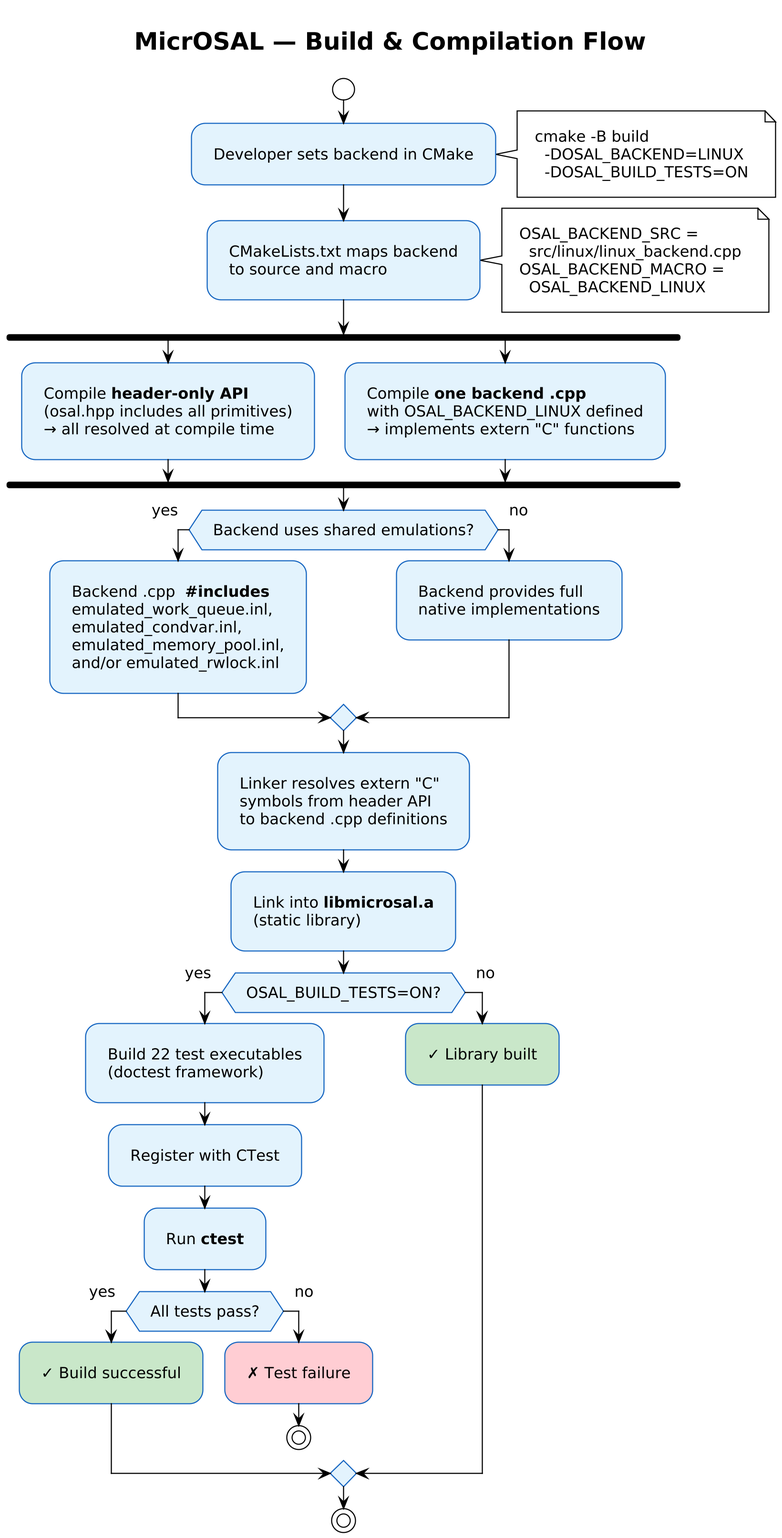
Before: docs/diagrams/print/build_flow.png, a diagram exported from PlantUML (jwbmwv/micrOSAL). Source of this version:
```plantuml
@startuml build_flow
!theme plain
!include /home/jbaldwin/Projects/micrOSAL/docs/diagrams/_render_profile_print.puml
skinparam backgroundColor #FEFEFE
skinparam defaultFontName "Segoe UI"
skinparam ActivityBackgroundColor #E3F2FD
skinparam ActivityBorderColor #1565C0

title **MicrOSAL — Build & Compilation Flow**

start

:Developer sets backend in CMake;
note right
  cmake -B build
    -DOSAL_BACKEND=LINUX
    -DOSAL_BUILD_TESTS=ON
end note

:CMakeLists.txt maps backend
to source and macro;
note right
  OSAL_BACKEND_SRC =
    src/linux/linux_backend.cpp
  OSAL_BACKEND_MACRO =
    OSAL_BACKEND_LINUX
end note

fork
  :Compile **header-only API**
  (osal.hpp includes all primitives)
  → all resolved at compile time;
fork again
  :Compile **one backend .cpp**
  with OSAL_BACKEND_LINUX defined
  → implements extern "C" functions;
end fork

if (Backend uses shared emulations?) then (yes)
  :Backend .cpp  **#includes**
  emulated_work_queue.inl,
  emulated_condvar.inl,
  emulated_memory_pool.inl,
  and/or emulated_rwlock.inl;
else (no)
  :Backend provides full
  native implementations;
endif

:Linker resolves extern "C"
symbols from header API
to backend .cpp definitions;

:Link into **libmicrosal.a**
(static library);

if (OSAL_BUILD_TESTS=ON?) then (yes)
  :Build 22 test executables
  (doctest framework);
  :Register with CTest;
  :Run **ctest**;
  if (All tests pass?) then (yes)
    #C8E6C9:✓ Build successful;
  else (no)
    #FFCDD2:✗ Test failure;
    stop
  endif
else (no)
  #C8E6C9:✓ Library built;
endif

stop

@enduml
```
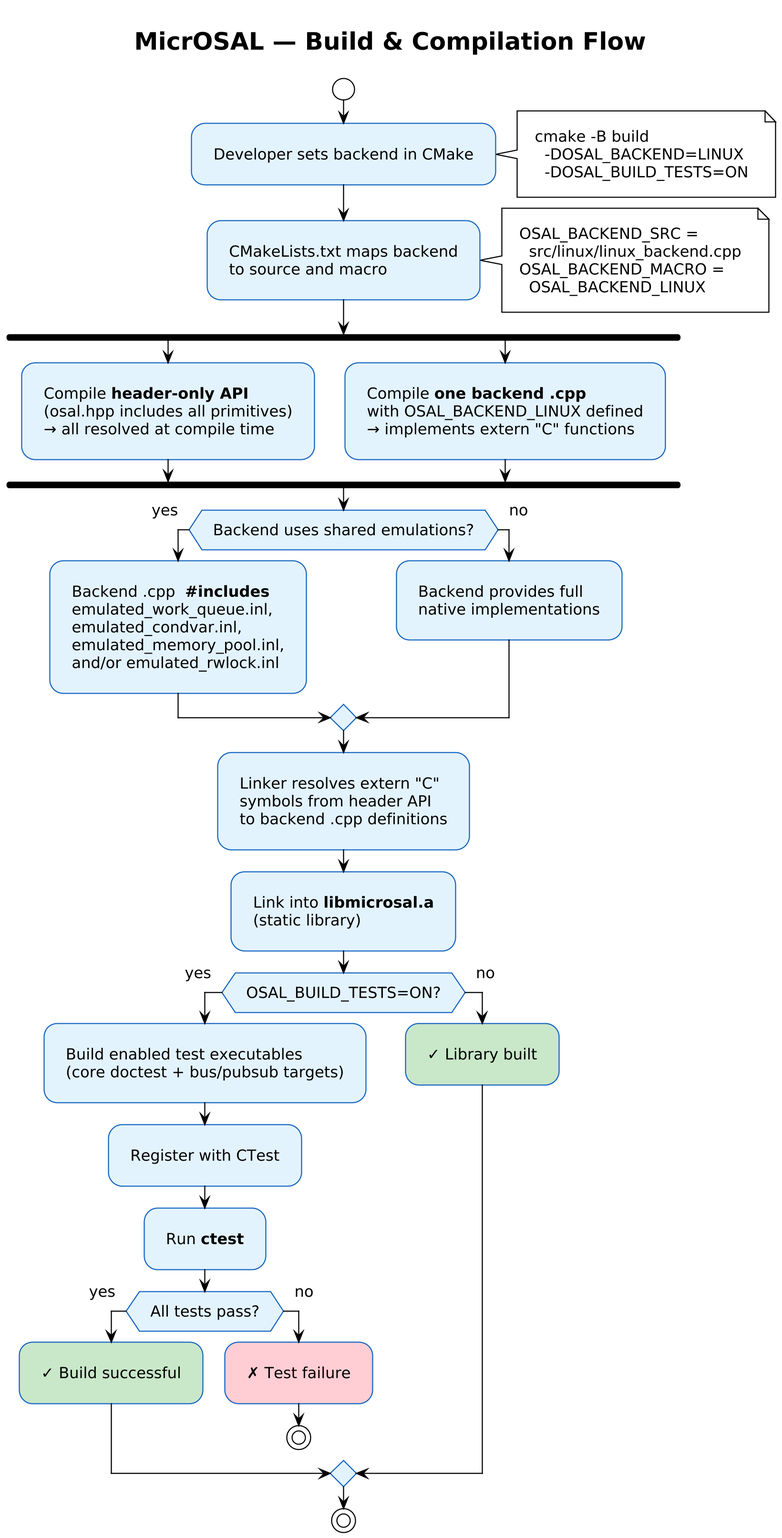
After the commit.

Change to the diagram source:
```diff
@@ -55,8 +55,8 @@
 (static library);
 
 if (OSAL_BUILD_TESTS=ON?) then (yes)
-  :Build 22 test executables
-  (doctest framework);
+  :Build enabled test executables
+  (core doctest + bus/pubsub targets);
   :Register with CTest;
   :Run **ctest**;
   if (All tests pass?) then (yes)
```
